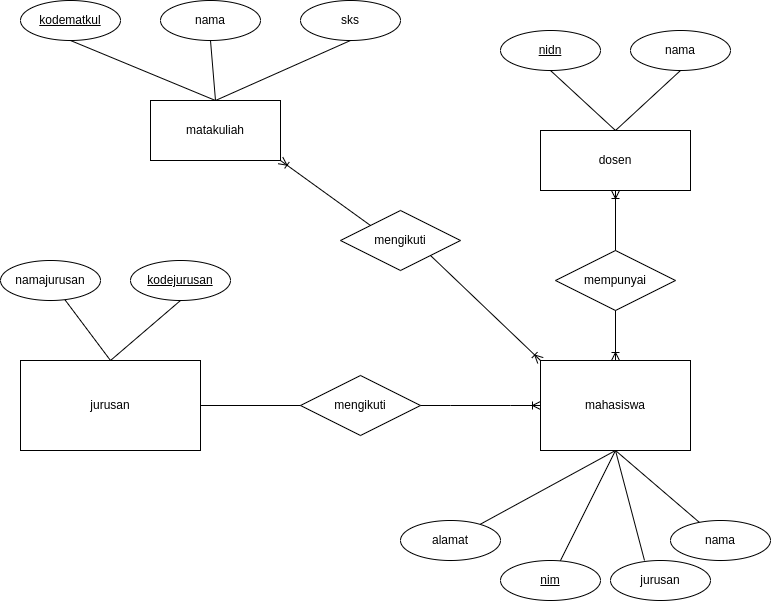
Above: tes draw io c14.png in bagjaalam1/RUBICAMP (draw.io), before the change. Source tidied: cells renumbered, new cells last; positions are measured from the earlier drawing's top-left corner, leaving out a move shared by most shapes.
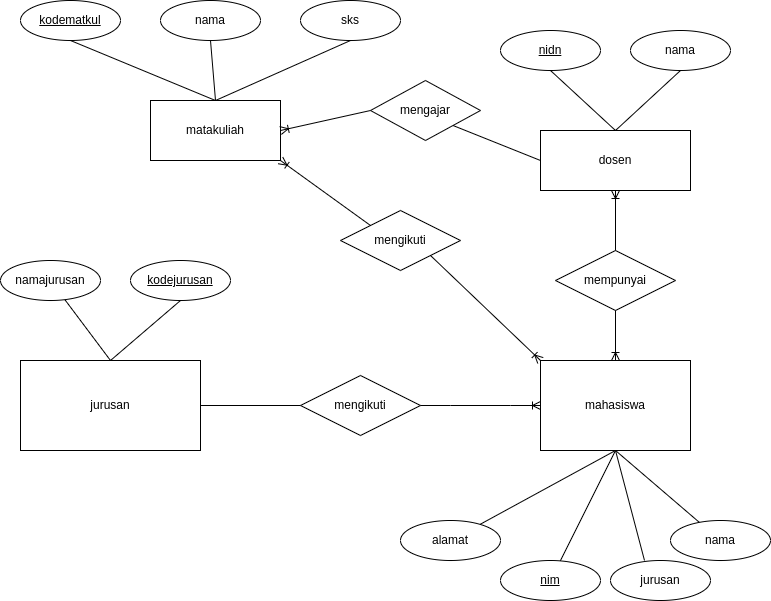
The same diagram one commit later.

Change to the diagram source:
```diff
@@ -107,5 +107,14 @@
     <mxCell id="36" style="endArrow=none;html=1;rounded=0;entryX=0.5;entryY=1;entryDx=0;entryDy=0;exitX=0.5;exitY=0;exitDx=0;exitDy=0;" parent="1" edge="1" source="27" target="33">
       <mxGeometry relative="1" as="geometry" />
     </mxCell>
+    <mxCell id="37" value="mengajar" style="shape=rhombus;perimeter=rhombusPerimeter;whiteSpace=wrap;html=1;align=center;" parent="1" vertex="1">
+      <mxGeometry x="370" y="80" width="110" height="60" as="geometry" />
+    </mxCell>
+    <mxCell id="38" style="endArrow=none;html=1;rounded=0;entryX=1;entryY=1;entryDx=0;entryDy=0;exitX=0;exitY=0.5;exitDx=0;exitDy=0;" parent="1" edge="1" source="17" target="37">
+      <mxGeometry relative="1" as="geometry" />
+    </mxCell>
+    <mxCell id="39" style="fontSize=12;html=1;endArrow=ERoneToMany;rounded=0;entryX=1;entryY=0.5;entryDx=0;entryDy=0;exitX=0;exitY=0.5;exitDx=0;exitDy=0;" parent="1" edge="1" source="37" target="27">
+      <mxGeometry relative="1" as="geometry" />
+    </mxCell>
   </root>
 </mxGraphModel>
```
